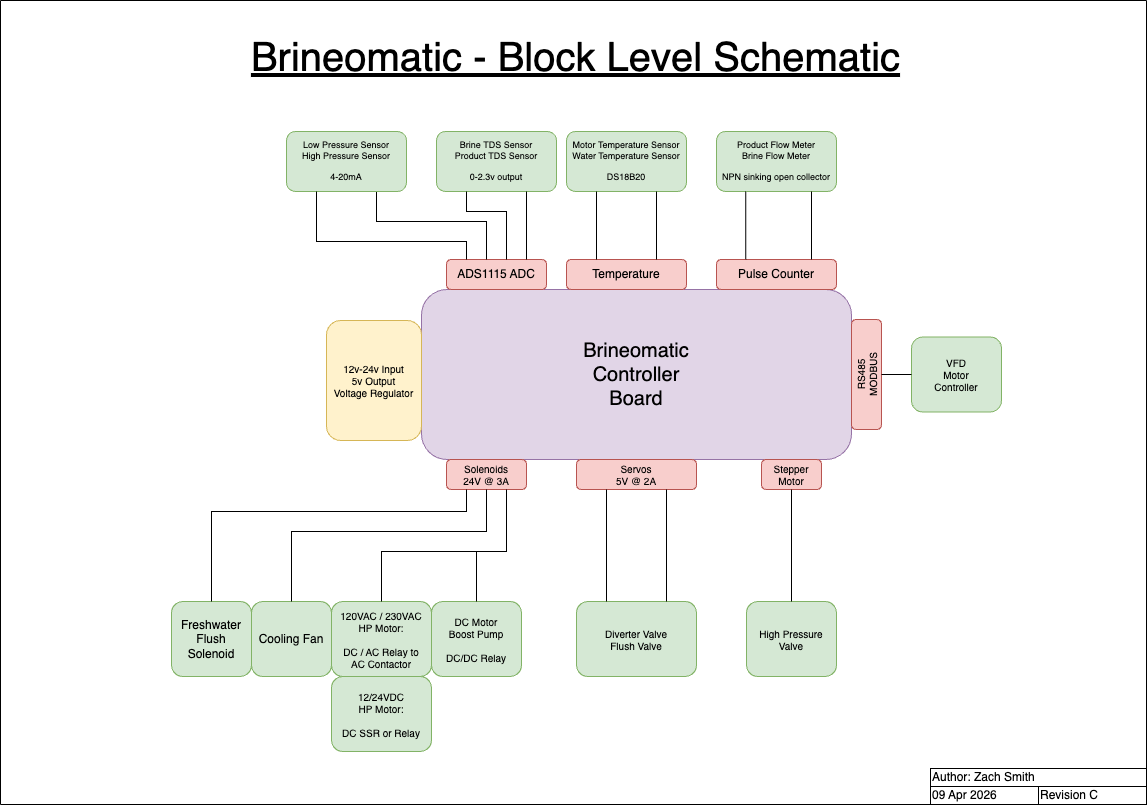
Above: assets/Brine-o-Matic 9000-Electrical - Control Board.drawio.png in hoeken/brineomatic-website (draw.io), before the change. Source tidied: cells renumbered, new cells last; positions are measured from the earlier drawing's top-left corner, leaving out a move shared by most shapes.
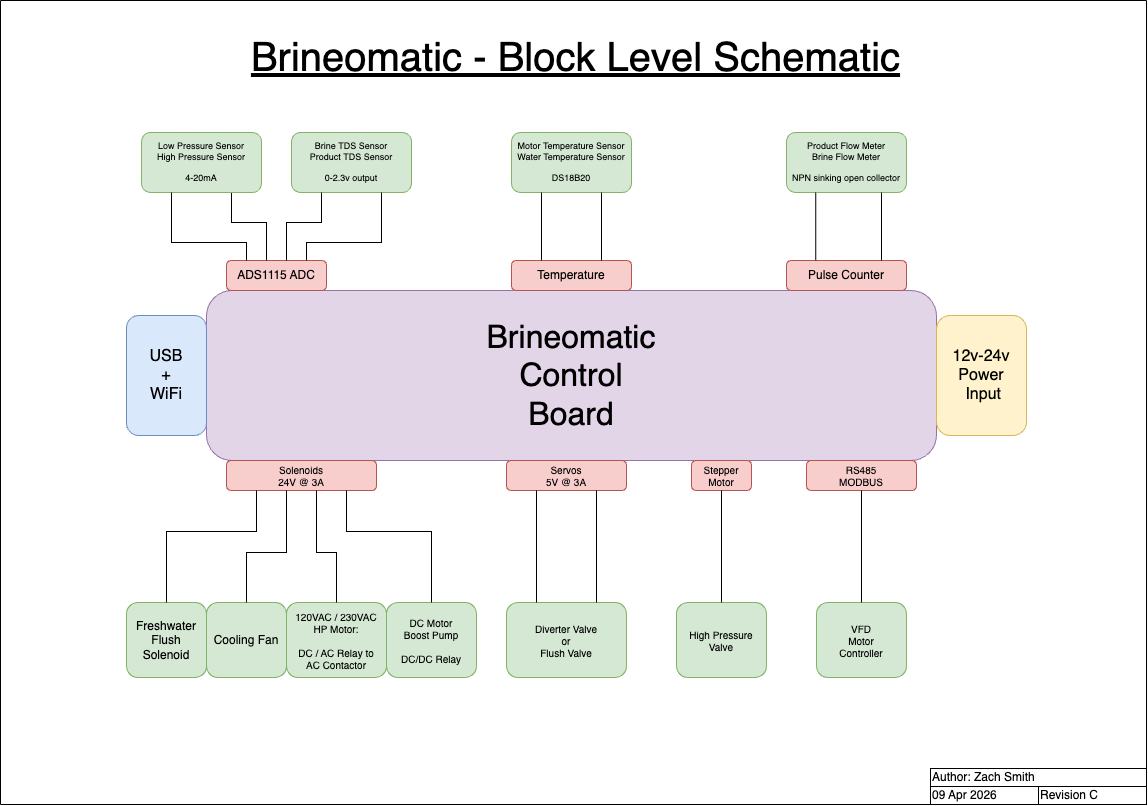
The same file after the commit.

Diff of the diagram source:
```diff
@@ -2,90 +2,90 @@
   <root>
     <mxCell id="0" />
     <mxCell id="1" parent="0" />
-    <mxCell id="2" value="Brineomatic&lt;br style=&quot;font-size: 20px;&quot;&gt;Controller&lt;br style=&quot;font-size: 20px;&quot;&gt;Board" style="rounded=1;whiteSpace=wrap;html=1;fillColor=#e1d5e7;strokeColor=#9673a6;fontSize=20;" parent="1" vertex="1">
-      <mxGeometry x="421" y="289" width="430" height="170" as="geometry" />
+    <mxCell id="2" value="&lt;font style=&quot;font-size: 32px;&quot;&gt;Brineomatic&lt;br style=&quot;&quot;&gt;Control&lt;br style=&quot;&quot;&gt;Board&lt;/font&gt;" style="rounded=1;whiteSpace=wrap;html=1;fillColor=#e1d5e7;strokeColor=#9673a6;fontSize=20;" parent="1" vertex="1">
+      <mxGeometry x="206" y="290" width="730" height="170" as="geometry" />
     </mxCell>
     <mxCell id="3" value="Freshwater&lt;br style=&quot;font-size: 12px;&quot;&gt;Flush&lt;br style=&quot;font-size: 12px;&quot;&gt;Solenoid&lt;br&gt;" style="rounded=1;whiteSpace=wrap;html=1;fillColor=#d5e8d4;strokeColor=#82b366;fontSize=12;" parent="1" vertex="1">
-      <mxGeometry x="171" y="601" width="80" height="75" as="geometry" />
+      <mxGeometry x="126" y="602" width="80" height="75" as="geometry" />
     </mxCell>
     <mxCell id="4" value="120VAC / 230VAC&lt;br&gt;HP Motor:&lt;br&gt;&lt;br style=&quot;font-size: 10px;&quot;&gt;DC / AC Relay to&lt;br style=&quot;font-size: 10px;&quot;&gt;AC Contactor" style="rounded=1;whiteSpace=wrap;html=1;fillColor=#d5e8d4;strokeColor=#82b366;fontSize=10;" parent="1" vertex="1">
-      <mxGeometry x="331" y="601" width="100" height="75" as="geometry" />
+      <mxGeometry x="286" y="602" width="100" height="75" as="geometry" />
     </mxCell>
-    <mxCell id="5" value="Diverter Valve&lt;br&gt;Flush Valve" style="rounded=1;whiteSpace=wrap;html=1;fillColor=#d5e8d4;strokeColor=#82b366;fontSize=10;" parent="1" vertex="1">
-      <mxGeometry x="576" y="601" width="120" height="75" as="geometry" />
+    <mxCell id="5" value="Diverter Valve&lt;br&gt;or&lt;br&gt;Flush Valve" style="rounded=1;whiteSpace=wrap;html=1;fillColor=#d5e8d4;strokeColor=#82b366;fontSize=10;" parent="1" vertex="1">
+      <mxGeometry x="506" y="602" width="120" height="75" as="geometry" />
     </mxCell>
     <mxCell id="6" value="Brine TDS Sensor&lt;br&gt;Product TDS Sensor&lt;br&gt;&lt;br&gt;0-2.3v output" style="rounded=1;whiteSpace=wrap;html=1;fillColor=#d5e8d4;strokeColor=#82b366;fontSize=9;" parent="1" vertex="1">
-      <mxGeometry x="436" y="131" width="120" height="60" as="geometry" />
+      <mxGeometry x="291" y="132" width="120" height="60" as="geometry" />
     </mxCell>
     <mxCell id="7" value="Cooling Fan" style="rounded=1;whiteSpace=wrap;html=1;fillColor=#d5e8d4;strokeColor=#82b366;" parent="1" vertex="1">
-      <mxGeometry x="251" y="601" width="80" height="75" as="geometry" />
+      <mxGeometry x="206" y="602" width="80" height="75" as="geometry" />
     </mxCell>
     <mxCell id="8" value="ADS1115 ADC" style="rounded=1;whiteSpace=wrap;html=1;fillColor=#f8cecc;strokeColor=#b85450;points=[[0,0,0,0,0],[0,0.23,0,0,0],[0,0.5,0,0,0],[0,0.77,0,0,0],[0,1,0,0,0],[0.2,0,0,0,0],[0.25,1,0,0,0],[0.4,0,0,0,0],[0.5,1,0,0,0],[0.6,0,0,0,0],[0.75,1,0,0,0],[0.8,0,0,0,0],[1,0,0,0,0],[1,0.27,0,0,0],[1,0.5,0,0,0],[1,0.77,0,0,0],[1,1,0,0,0]];" parent="1" vertex="1">
-      <mxGeometry x="446" y="259" width="100" height="30" as="geometry" />
+      <mxGeometry x="226" y="260" width="100" height="30" as="geometry" />
     </mxCell>
     <mxCell id="9" style="endArrow=none;html=1;rounded=0;entryX=0.25;entryY=1;entryDx=0;entryDy=0;exitX=0.6;exitY=0;exitDx=0;exitDy=0;exitPerimeter=0;edgeStyle=orthogonalEdgeStyle;" parent="1" edge="1" source="8" target="6">
       <mxGeometry relative="1" as="geometry">
         <Array as="points">
-          <mxPoint x="506" y="211" />
-          <mxPoint x="466" y="211" />
+          <mxPoint x="286" y="222" />
+          <mxPoint x="321" y="222" />
         </Array>
       </mxGeometry>
     </mxCell>
     <mxCell id="10" value="Pulse Counter" style="rounded=1;whiteSpace=wrap;html=1;fillColor=#f8cecc;strokeColor=#b85450;" parent="1" vertex="1">
-      <mxGeometry x="716" y="259" width="120" height="30" as="geometry" />
+      <mxGeometry x="786" y="260" width="120" height="30" as="geometry" />
     </mxCell>
     <mxCell id="11" style="endArrow=none;html=1;rounded=0;entryX=0.75;entryY=1;entryDx=0;entryDy=0;exitX=0.4;exitY=0;exitDx=0;exitDy=0;exitPerimeter=0;edgeStyle=orthogonalEdgeStyle;" parent="1" edge="1" source="8" target="19">
       <mxGeometry relative="1" as="geometry">
         <Array as="points">
-          <mxPoint x="486" y="221" />
-          <mxPoint x="376" y="221" />
+          <mxPoint x="266" y="222" />
+          <mxPoint x="231" y="222" />
         </Array>
       </mxGeometry>
     </mxCell>
-    <mxCell id="12" value="Solenoids&lt;br style=&quot;font-size: 10px;&quot;&gt;24V @ 3A" style="rounded=1;whiteSpace=wrap;html=1;fillColor=#f8cecc;strokeColor=#b85450;points=[[0,0,0,0,0],[0,0.23,0,0,0],[0,0.5,0,0,0],[0,0.77,0,0,0],[0,1,0,0,0],[0.2,0,0,0,0],[0.25,1,0,0,0],[0.4,0,0,0,0],[0.5,1,0,0,0],[0.6,0,0,0,0],[0.75,1,0,0,0],[0.8,0,0,0,0],[1,0,0,0,0],[1,0.27,0,0,0],[1,0.5,0,0,0],[1,0.77,0,0,0],[1,1,0,0,0]];fontSize=10;" parent="1" vertex="1">
-      <mxGeometry x="446" y="459" width="80" height="30" as="geometry" />
+    <mxCell id="12" value="Solenoids&lt;br style=&quot;font-size: 10px;&quot;&gt;24V @ 3A" style="rounded=1;whiteSpace=wrap;html=1;fillColor=#f8cecc;strokeColor=#b85450;points=[[0,0,0,0,0],[0,0.23,0,0,0],[0,0.5,0,0,0],[0,0.77,0,0,0],[0,1,0,0,0],[0.2,0,0,0,0],[0.2,1,0,0,0],[0.4,0,0,0,0],[0.4,1,0,0,0],[0.6,0,0,0,0],[0.6,1,0,0,0],[0.8,0,0,0,0],[0.8,1,0,0,0],[1,0,0,0,0],[1,0.27,0,0,0],[1,0.5,0,0,0],[1,0.77,0,0,0],[1,1,0,0,0]];fontSize=10;" parent="1" vertex="1">
+      <mxGeometry x="226" y="460" width="150" height="30" as="geometry" />
     </mxCell>
-    <mxCell id="13" style="endArrow=none;html=1;rounded=0;fontSize=10;exitX=0.5;exitY=0;exitDx=0;exitDy=0;entryX=0.25;entryY=1;entryDx=0;entryDy=0;entryPerimeter=0;edgeStyle=orthogonalEdgeStyle;" parent="1" edge="1" source="3" target="12">
+    <mxCell id="13" style="endArrow=none;html=1;rounded=0;fontSize=10;exitX=0.5;exitY=0;exitDx=0;exitDy=0;entryX=0.2;entryY=1;entryDx=0;entryDy=0;entryPerimeter=0;edgeStyle=orthogonalEdgeStyle;" parent="1" edge="1" source="3" target="12">
       <mxGeometry relative="1" as="geometry">
         <Array as="points">
-          <mxPoint x="211" y="511" />
-          <mxPoint x="466" y="511" />
+          <mxPoint x="166" y="531" />
+          <mxPoint x="256" y="531" />
         </Array>
       </mxGeometry>
     </mxCell>
-    <mxCell id="14" style="endArrow=none;html=1;rounded=0;fontSize=10;exitX=0.5;exitY=0;exitDx=0;exitDy=0;entryX=0.5;entryY=1;entryDx=0;entryDy=0;entryPerimeter=0;edgeStyle=orthogonalEdgeStyle;" parent="1" edge="1" source="7" target="12">
+    <mxCell id="14" style="endArrow=none;html=1;rounded=0;fontSize=10;exitX=0.5;exitY=0;exitDx=0;exitDy=0;entryX=0.4;entryY=1;entryDx=0;entryDy=0;entryPerimeter=0;edgeStyle=orthogonalEdgeStyle;" parent="1" edge="1" source="7" target="12">
       <mxGeometry relative="1" as="geometry">
         <Array as="points">
-          <mxPoint x="291" y="531" />
-          <mxPoint x="486" y="531" />
+          <mxPoint x="246" y="552" />
+          <mxPoint x="286" y="552" />
         </Array>
       </mxGeometry>
     </mxCell>
-    <mxCell id="15" style="endArrow=none;html=1;rounded=0;fontSize=10;exitX=0.75;exitY=1;exitDx=0;exitDy=0;exitPerimeter=0;entryX=0.5;entryY=0;entryDx=0;entryDy=0;edgeStyle=orthogonalEdgeStyle;" parent="1" edge="1" source="12" target="4">
+    <mxCell id="15" style="endArrow=none;html=1;rounded=0;fontSize=10;exitX=0.6;exitY=1;exitDx=0;exitDy=0;exitPerimeter=0;entryX=0.5;entryY=0;entryDx=0;entryDy=0;edgeStyle=orthogonalEdgeStyle;" parent="1" edge="1" source="12" target="4">
       <mxGeometry relative="1" as="geometry">
         <Array as="points">
-          <mxPoint x="506" y="551" />
-          <mxPoint x="381" y="551" />
+          <mxPoint x="316" y="552" />
+          <mxPoint x="336" y="552" />
         </Array>
       </mxGeometry>
     </mxCell>
-    <mxCell id="16" value="Servos&lt;br&gt;5V @ 2A" style="rounded=1;whiteSpace=wrap;html=1;fillColor=#f8cecc;strokeColor=#b85450;points=[[0,0,0,0,0],[0,0.23,0,0,0],[0,0.5,0,0,0],[0,0.77,0,0,0],[0,1,0,0,0],[0.2,0,0,0,0],[0.25,1,0,0,0],[0.4,0,0,0,0],[0.5,1,0,0,0],[0.6,0,0,0,0],[0.75,1,0,0,0],[0.8,0,0,0,0],[1,0,0,0,0],[1,0.27,0,0,0],[1,0.5,0,0,0],[1,0.77,0,0,0],[1,1,0,0,0]];fontSize=10;" parent="1" vertex="1">
-      <mxGeometry x="576" y="459" width="120" height="30" as="geometry" />
+    <mxCell id="16" value="Servos&lt;br&gt;5V @ 3A" style="rounded=1;whiteSpace=wrap;html=1;fillColor=#f8cecc;strokeColor=#b85450;points=[[0,0,0,0,0],[0,0.23,0,0,0],[0,0.5,0,0,0],[0,0.77,0,0,0],[0,1,0,0,0],[0.2,0,0,0,0],[0.25,1,0,0,0],[0.4,0,0,0,0],[0.5,1,0,0,0],[0.6,0,0,0,0],[0.75,1,0,0,0],[0.8,0,0,0,0],[1,0,0,0,0],[1,0.27,0,0,0],[1,0.5,0,0,0],[1,0.77,0,0,0],[1,1,0,0,0]];fontSize=10;" parent="1" vertex="1">
+      <mxGeometry x="506" y="460" width="120" height="30" as="geometry" />
     </mxCell>
     <mxCell id="17" style="endArrow=none;html=1;rounded=0;fontSize=10;entryX=0.25;entryY=0;entryDx=0;entryDy=0;edgeStyle=orthogonalEdgeStyle;exitX=0.25;exitY=1;exitDx=0;exitDy=0;exitPerimeter=0;" parent="1" edge="1" source="16" target="5">
       <mxGeometry relative="1" as="geometry" />
     </mxCell>
-    <mxCell id="18" value="12v-24v Input&lt;br&gt;5v Output&lt;br&gt;Voltage Regulator" style="rounded=1;whiteSpace=wrap;html=1;fontSize=10;fillColor=#fff2cc;strokeColor=#d6b656;" parent="1" vertex="1">
-      <mxGeometry x="326" y="320" width="95" height="120" as="geometry" />
+    <mxCell id="18" value="12v-24v&lt;br&gt;Power&lt;br&gt;&amp;nbsp;Input" style="rounded=1;whiteSpace=wrap;html=1;fontSize=16;fillColor=#fff2cc;strokeColor=#d6b656;" parent="1" vertex="1">
+      <mxGeometry x="936" y="315" width="90" height="120" as="geometry" />
     </mxCell>
     <mxCell id="19" value="Low Pressure Sensor&lt;br&gt;High Pressure Sensor&lt;br&gt;&lt;br&gt;4-20mA" style="rounded=1;whiteSpace=wrap;html=1;fillColor=#d5e8d4;strokeColor=#82b366;fontSize=9;" parent="1" vertex="1">
-      <mxGeometry x="286" y="131" width="120" height="60" as="geometry" />
+      <mxGeometry x="141" y="132" width="120" height="60" as="geometry" />
     </mxCell>
     <mxCell id="20" style="endArrow=none;html=1;rounded=0;entryX=0.25;entryY=1;entryDx=0;entryDy=0;exitX=0.2;exitY=0;exitDx=0;exitDy=0;exitPerimeter=0;edgeStyle=orthogonalEdgeStyle;" parent="1" edge="1" source="8" target="19">
       <mxGeometry relative="1" as="geometry">
         <Array as="points">
-          <mxPoint x="466" y="241" />
-          <mxPoint x="316" y="241" />
+          <mxPoint x="246" y="242" />
+          <mxPoint x="171" y="242" />
         </Array>
       </mxGeometry>
     </mxCell>
@@ -124,78 +124,75 @@
       </mxGeometry>
     </mxCell>
     <mxCell id="29" value="DC Motor&lt;br style=&quot;font-size: 10px;&quot;&gt;Boost Pump&lt;br style=&quot;font-size: 10px;&quot;&gt;&lt;br style=&quot;font-size: 10px;&quot;&gt;DC/DC Relay" style="rounded=1;whiteSpace=wrap;html=1;fillColor=#d5e8d4;strokeColor=#82b366;fontSize=10;" parent="1" vertex="1">
-      <mxGeometry x="431" y="601" width="90" height="75" as="geometry" />
+      <mxGeometry x="386" y="602" width="90" height="75" as="geometry" />
     </mxCell>
-    <mxCell id="30" style="endArrow=none;html=1;rounded=0;fontSize=10;exitX=0.75;exitY=1;exitDx=0;exitDy=0;exitPerimeter=0;entryX=0.5;entryY=0;entryDx=0;entryDy=0;edgeStyle=orthogonalEdgeStyle;" parent="1" edge="1" source="12" target="29">
+    <mxCell id="30" style="endArrow=none;html=1;rounded=0;fontSize=10;exitX=0.8;exitY=1;exitDx=0;exitDy=0;exitPerimeter=0;entryX=0.5;entryY=0;entryDx=0;entryDy=0;edgeStyle=orthogonalEdgeStyle;" parent="1" edge="1" source="12" target="29">
       <mxGeometry relative="1" as="geometry">
         <Array as="points">
-          <mxPoint x="506" y="551" />
-          <mxPoint x="476" y="551" />
+          <mxPoint x="346" y="531" />
+          <mxPoint x="431" y="531" />
         </Array>
       </mxGeometry>
     </mxCell>
-    <mxCell id="31" value="12/24VDC&lt;br&gt;HP Motor:&lt;br&gt;&lt;br style=&quot;font-size: 10px;&quot;&gt;DC SSR or Relay" style="rounded=1;whiteSpace=wrap;html=1;fillColor=#d5e8d4;strokeColor=#82b366;fontSize=10;" parent="1" vertex="1">
-      <mxGeometry x="331" y="676" width="100" height="75" as="geometry" />
-    </mxCell>
     <mxCell id="32" value="Motor Temperature Sensor&lt;br&gt;Water Temperature Sensor&lt;br&gt;&lt;br&gt;DS18B20" style="rounded=1;whiteSpace=wrap;html=1;fillColor=#d5e8d4;strokeColor=#82b366;fontSize=9;" parent="1" vertex="1">
-      <mxGeometry x="566" y="131" width="120" height="60" as="geometry" />
+      <mxGeometry x="511" y="132" width="120" height="60" as="geometry" />
     </mxCell>
     <mxCell id="33" value="Product Flow Meter&lt;br&gt;Brine Flow Meter&lt;br&gt;&lt;br&gt;NPN sinking open collector" style="rounded=1;whiteSpace=wrap;html=1;fillColor=#d5e8d4;strokeColor=#82b366;fontSize=9;" parent="1" vertex="1">
-      <mxGeometry x="716" y="131" width="120" height="60" as="geometry" />
+      <mxGeometry x="786" y="132" width="120" height="60" as="geometry" />
     </mxCell>
     <mxCell id="34" value="High Pressure&lt;br&gt;Valve" style="rounded=1;whiteSpace=wrap;html=1;fillColor=#d5e8d4;strokeColor=#82b366;fontSize=10;" parent="1" vertex="1">
-      <mxGeometry x="746" y="601" width="90" height="75" as="geometry" />
+      <mxGeometry x="676" y="602" width="90" height="75" as="geometry" />
     </mxCell>
     <mxCell id="35" value="Stepper Motor" style="rounded=1;whiteSpace=wrap;html=1;fillColor=#f8cecc;strokeColor=#b85450;points=[[0,0,0,0,0],[0,0.23,0,0,0],[0,0.5,0,0,0],[0,0.77,0,0,0],[0,1,0,0,0],[0.2,0,0,0,0],[0.25,1,0,0,0],[0.4,0,0,0,0],[0.5,1,0,0,0],[0.6,0,0,0,0],[0.75,1,0,0,0],[0.8,0,0,0,0],[1,0,0,0,0],[1,0.27,0,0,0],[1,0.5,0,0,0],[1,0.77,0,0,0],[1,1,0,0,0]];fontSize=10;" parent="1" vertex="1">
-      <mxGeometry x="761" y="459" width="60" height="30" as="geometry" />
+      <mxGeometry x="691" y="460" width="60" height="30" as="geometry" />
     </mxCell>
     <mxCell id="36" style="endArrow=none;html=1;rounded=0;fontSize=10;entryX=0.75;entryY=0;entryDx=0;entryDy=0;edgeStyle=orthogonalEdgeStyle;exitX=0.75;exitY=1;exitDx=0;exitDy=0;exitPerimeter=0;" parent="1" edge="1" source="16" target="5">
       <mxGeometry relative="1" as="geometry" />
     </mxCell>
     <mxCell id="37" value="Temperature" style="rounded=1;whiteSpace=wrap;html=1;fillColor=#f8cecc;strokeColor=#b85450;" parent="1" vertex="1">
-      <mxGeometry x="566" y="259" width="120" height="30" as="geometry" />
+      <mxGeometry x="511" y="260" width="120" height="30" as="geometry" />
     </mxCell>
     <mxCell id="38" style="endArrow=none;html=1;rounded=0;entryX=0.75;entryY=1;entryDx=0;entryDy=0;exitX=0.8;exitY=0;exitDx=0;exitDy=0;exitPerimeter=0;edgeStyle=orthogonalEdgeStyle;" parent="1" edge="1" source="8" target="6">
       <mxGeometry relative="1" as="geometry">
         <Array as="points">
-          <mxPoint x="526" y="201" />
-          <mxPoint x="526" y="201" />
+          <mxPoint x="306" y="242" />
+          <mxPoint x="381" y="242" />
         </Array>
       </mxGeometry>
     </mxCell>
     <mxCell id="39" style="endArrow=none;html=1;rounded=0;entryX=0.25;entryY=1;entryDx=0;entryDy=0;exitX=0.25;exitY=0;exitDx=0;exitDy=0;edgeStyle=orthogonalEdgeStyle;" parent="1" edge="1" source="37" target="32">
       <mxGeometry relative="1" as="geometry">
         <Array as="points">
-          <mxPoint x="596" y="221" />
-          <mxPoint x="596" y="221" />
+          <mxPoint x="541" y="222" />
+          <mxPoint x="541" y="222" />
         </Array>
       </mxGeometry>
     </mxCell>
     <mxCell id="40" style="endArrow=none;html=1;rounded=0;entryX=0.75;entryY=1;entryDx=0;entryDy=0;exitX=0.75;exitY=0;exitDx=0;exitDy=0;edgeStyle=orthogonalEdgeStyle;" parent="1" edge="1" source="37" target="32">
       <mxGeometry relative="1" as="geometry">
         <Array as="points">
-          <mxPoint x="656" y="221" />
-          <mxPoint x="656" y="221" />
+          <mxPoint x="601" y="222" />
+          <mxPoint x="601" y="222" />
         </Array>
       </mxGeometry>
     </mxCell>
     <mxCell id="41" style="endArrow=none;html=1;rounded=0;entryX=0.25;entryY=1;entryDx=0;entryDy=0;exitX=0.25;exitY=0;exitDx=0;exitDy=0;edgeStyle=orthogonalEdgeStyle;" parent="1" edge="1">
       <mxGeometry relative="1" as="geometry">
-        <mxPoint x="745.3" y="259" as="sourcePoint" />
-        <mxPoint x="745.3" y="191" as="targetPoint" />
+        <mxPoint x="815.3" y="260" as="sourcePoint" />
+        <mxPoint x="815.3" y="192" as="targetPoint" />
         <Array as="points">
-          <mxPoint x="745.3" y="221" />
-          <mxPoint x="745.3" y="221" />
+          <mxPoint x="815.3" y="222" />
+          <mxPoint x="815.3" y="222" />
         </Array>
       </mxGeometry>
     </mxCell>
     <mxCell id="42" style="endArrow=none;html=1;rounded=0;entryX=0.25;entryY=1;entryDx=0;entryDy=0;exitX=0.25;exitY=0;exitDx=0;exitDy=0;edgeStyle=orthogonalEdgeStyle;" parent="1" edge="1">
       <mxGeometry relative="1" as="geometry">
-        <mxPoint x="811" y="259" as="sourcePoint" />
-        <mxPoint x="811" y="191" as="targetPoint" />
+        <mxPoint x="881" y="260" as="sourcePoint" />
+        <mxPoint x="881" y="192" as="targetPoint" />
         <Array as="points">
-          <mxPoint x="811" y="221" />
-          <mxPoint x="811" y="221" />
+          <mxPoint x="881" y="222" />
+          <mxPoint x="881" y="222" />
         </Array>
       </mxGeometry>
     </mxCell>
@@ -203,13 +200,16 @@
       <mxGeometry relative="1" as="geometry" />
     </mxCell>
     <mxCell id="44" value="VFD&lt;br&gt;Motor&lt;br&gt;Controller" style="rounded=1;whiteSpace=wrap;html=1;fillColor=#d5e8d4;strokeColor=#82b366;fontSize=10;" parent="1" vertex="1">
-      <mxGeometry x="911" y="336.5" width="90" height="75" as="geometry" />
+      <mxGeometry x="816" y="602" width="90" height="75" as="geometry" />
     </mxCell>
-    <mxCell id="45" value="RS485&lt;br&gt;MODBUS" style="rounded=1;whiteSpace=wrap;html=1;fillColor=#f8cecc;strokeColor=#b85450;points=[[0,0,0,0,0],[0,0.23,0,0,0],[0,0.5,0,0,0],[0,0.77,0,0,0],[0,1,0,0,0],[0.2,0,0,0,0],[0.25,1,0,0,0],[0.4,0,0,0,0],[0.5,1,0,0,0],[0.6,0,0,0,0],[0.75,1,0,0,0],[0.8,0,0,0,0],[1,0,0,0,0],[1,0.27,0,0,0],[1,0.5,0,0,0],[1,0.77,0,0,0],[1,1,0,0,0]];fontSize=10;rotation=-90;" parent="1" vertex="1">
-      <mxGeometry x="811" y="359" width="110" height="30" as="geometry" />
+    <mxCell id="45" value="RS485&lt;br&gt;MODBUS" style="rounded=1;whiteSpace=wrap;html=1;fillColor=#f8cecc;strokeColor=#b85450;points=[[0,0,0,0,0],[0,0.23,0,0,0],[0,0.5,0,0,0],[0,0.77,0,0,0],[0,1,0,0,0],[0.2,0,0,0,0],[0.25,1,0,0,0],[0.4,0,0,0,0],[0.5,1,0,0,0],[0.6,0,0,0,0],[0.75,1,0,0,0],[0.8,0,0,0,0],[1,0,0,0,0],[1,0.27,0,0,0],[1,0.5,0,0,0],[1,0.77,0,0,0],[1,1,0,0,0]];fontSize=10;rotation=0;" parent="1" vertex="1">
+      <mxGeometry x="806" y="460" width="110" height="30" as="geometry" />
     </mxCell>
-    <mxCell id="46" style="endArrow=none;html=1;rounded=0;entryX=0;entryY=0.5;entryDx=0;entryDy=0;exitX=0.5;exitY=1;exitDx=0;exitDy=0;edgeStyle=orthogonalEdgeStyle;exitPerimeter=0;" parent="1" edge="1" source="45" target="44">
+    <mxCell id="46" style="endArrow=none;html=1;rounded=0;fontSize=10;entryX=0.5;entryY=0;entryDx=0;entryDy=0;edgeStyle=orthogonalEdgeStyle;exitX=0.5;exitY=1;exitDx=0;exitDy=0;exitPerimeter=0;" parent="1" edge="1" source="45" target="44">
       <mxGeometry relative="1" as="geometry" />
     </mxCell>
+    <mxCell id="47" value="USB&lt;br&gt;+&lt;br&gt;WiFi" style="rounded=1;whiteSpace=wrap;html=1;fontSize=16;fillColor=#dae8fc;strokeColor=#6c8ebf;" parent="1" vertex="1">
+      <mxGeometry x="126" y="315" width="80" height="120" as="geometry" />
+    </mxCell>
   </root>
 </mxGraphModel>
```
